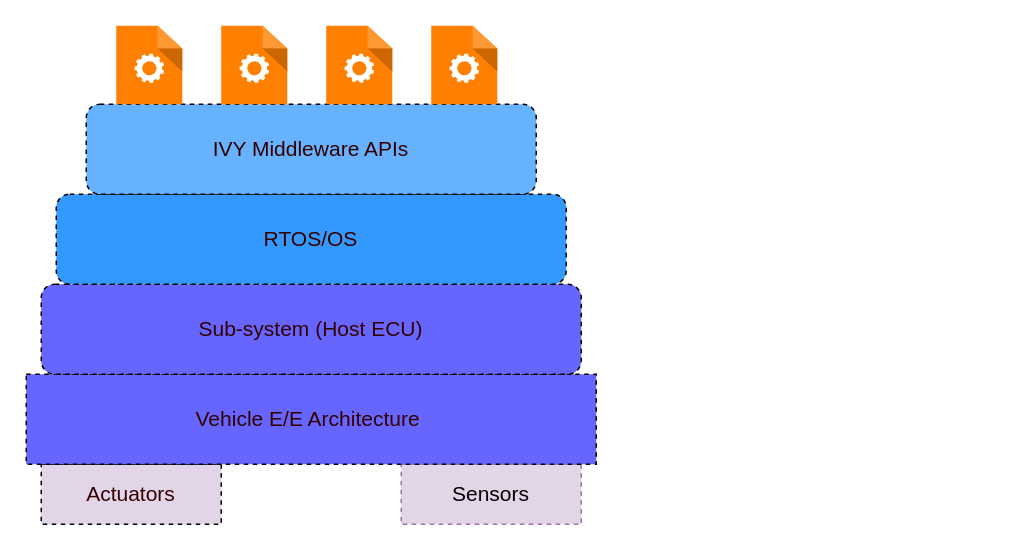
subhachat/CodeKata keeps this draw.io diagram as page "Page-2" (2 of 2) of src/main/resources/CarIQ_IVY_Uase_Cases.drawio. Above is the earlier version. Source tidied: cells renumbered, new cells numbered last; positions are measured from the earlier drawing's top-left corner, leaving out a move shared by most shapes. Both pictures are drawn from the tidied source at 150%, with x=0, y=0 at pixel (26, 26). Pictures stored in the file or linked from it are replaced by grey dashed boxes.
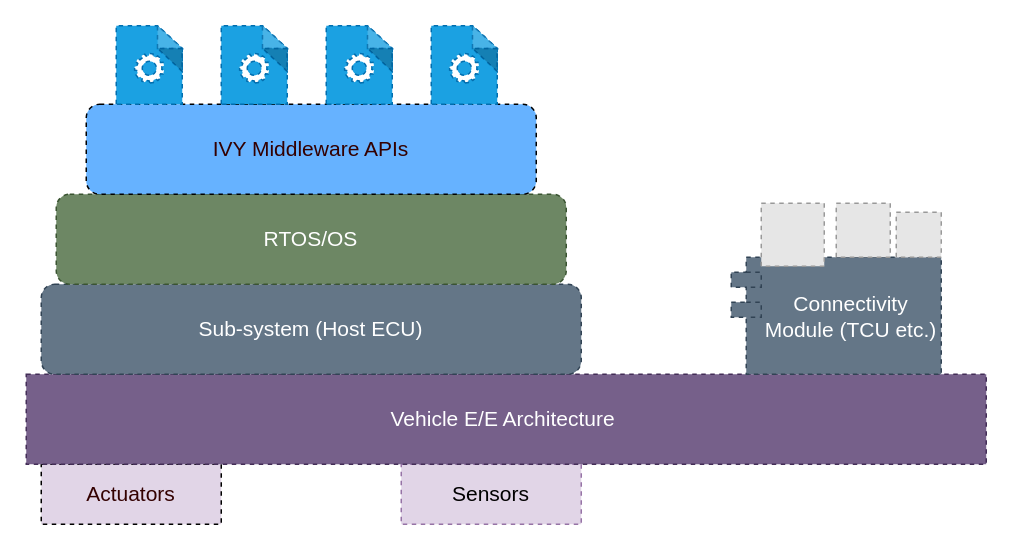
The same diagram, later.

Diff of the diagram source:
```diff
@@
 <mxGraphModel>
   <root>
     <mxCell id="0" />
     <mxCell id="1" parent="0" />
     <mxCell id="2" value="Actuators" style="rounded=0;whiteSpace=wrap;html=1;dashed=1;fontSize=14;fontColor=#330000;fillColor=#E1D5E7;" parent="1" vertex="1">
       <mxGeometry x="10" y="292" width="120" height="40" as="geometry" />
     </mxCell>
     <mxCell id="3" value="Sensors" style="rounded=0;whiteSpace=wrap;html=1;dashed=1;fontSize=14;fillColor=#e1d5e7;strokeColor=#9673a6;" parent="1" vertex="1">
       <mxGeometry x="250" y="292" width="120" height="40" as="geometry" />
     </mxCell>
-    <mxCell id="4" value="Vehicle E/E Architecture&amp;nbsp;" style="rounded=0;whiteSpace=wrap;html=1;dashed=1;fontSize=14;fontColor=#330000;fillColor=#6666FF;" parent="1" vertex="1">
-      <mxGeometry y="232" width="380" height="60" as="geometry" />
+    <mxCell id="4" value="Vehicle E/E Architecture&amp;nbsp;" style="rounded=0;whiteSpace=wrap;html=1;dashed=1;fontSize=14;fontColor=#ffffff;fillColor=#76608a;strokeColor=#432D57;" parent="1" vertex="1">
+      <mxGeometry y="232" width="640" height="60" as="geometry" />
     </mxCell>
-    <mxCell id="5" value="Sub-system (Host ECU)" style="rounded=1;whiteSpace=wrap;html=1;dashed=1;fontSize=14;fontColor=#330000;fillColor=#6666FF;" parent="1" vertex="1">
+    <mxCell id="5" value="Sub-system (Host ECU)" style="rounded=1;whiteSpace=wrap;html=1;dashed=1;fontSize=14;fontColor=#ffffff;fillColor=#647687;strokeColor=#314354;" parent="1" vertex="1">
       <mxGeometry x="10" y="172" width="360" height="60" as="geometry" />
     </mxCell>
-    <mxCell id="6" value="RTOS/OS" style="rounded=1;whiteSpace=wrap;html=1;dashed=1;fontSize=14;fontColor=#330000;fillColor=#3399FF;" parent="1" vertex="1">
+    <mxCell id="6" value="RTOS/OS" style="rounded=1;whiteSpace=wrap;html=1;dashed=1;fontSize=14;fontColor=#ffffff;fillColor=#6d8764;strokeColor=#3A5431;" parent="1" vertex="1">
       <mxGeometry x="20" y="112" width="340" height="60" as="geometry" />
     </mxCell>
     <mxCell id="7" value="IVY Middleware APIs" style="rounded=1;whiteSpace=wrap;html=1;dashed=1;fontSize=14;fontColor=#330000;fillColor=#66B2FF;" parent="1" vertex="1">
       <mxGeometry x="40" y="52" width="300" height="60" as="geometry" />
     </mxCell>
-    <mxCell id="8" style="sketch=0;html=1;strokeColor=none;shadow=0;align=center;verticalAlign=top;fillColor=#FF8000;shape=mxgraph.gcp2.process;dashed=1;fontSize=14;fontColor=#330000;" parent="1" vertex="1">
+    <mxCell id="8" style="sketch=0;html=1;strokeColor=#006EAF;shadow=0;align=center;verticalAlign=top;fillColor=#1ba1e2;shape=mxgraph.gcp2.process;dashed=1;fontSize=14;fontColor=#ffffff;" parent="1" vertex="1">
       <mxGeometry x="60" y="-0.4" width="44" height="52.4" as="geometry" />
     </mxCell>
-    <mxCell id="9" style="sketch=0;html=1;strokeColor=none;shadow=0;align=center;verticalAlign=top;fillColor=#FF8000;shape=mxgraph.gcp2.process;dashed=1;fontSize=14;fontColor=#330000;" parent="1" vertex="1">
+    <mxCell id="9" style="sketch=0;html=1;strokeColor=#006EAF;shadow=0;align=center;verticalAlign=top;fillColor=#1ba1e2;shape=mxgraph.gcp2.process;dashed=1;fontSize=14;fontColor=#ffffff;" parent="1" vertex="1">
       <mxGeometry x="130" y="-0.4" width="44" height="52.4" as="geometry" />
     </mxCell>
-    <mxCell id="10" style="sketch=0;html=1;strokeColor=none;shadow=0;align=center;verticalAlign=top;fillColor=#FF8000;shape=mxgraph.gcp2.process;dashed=1;fontSize=14;fontColor=#330000;" parent="1" vertex="1">
+    <mxCell id="10" style="sketch=0;html=1;strokeColor=#006EAF;shadow=0;align=center;verticalAlign=top;fillColor=#1ba1e2;shape=mxgraph.gcp2.process;dashed=1;fontSize=14;fontColor=#ffffff;" parent="1" vertex="1">
       <mxGeometry x="270" y="-0.4" width="44" height="52.4" as="geometry" />
     </mxCell>
-    <mxCell id="11" style="sketch=0;html=1;strokeColor=none;shadow=0;align=center;verticalAlign=top;fillColor=#FF8000;shape=mxgraph.gcp2.process;dashed=1;fontSize=14;fontColor=#330000;" parent="1" vertex="1">
+    <mxCell id="11" style="sketch=0;html=1;strokeColor=#006EAF;shadow=0;align=center;verticalAlign=top;fillColor=#1ba1e2;shape=mxgraph.gcp2.process;dashed=1;fontSize=14;fontColor=#ffffff;" parent="1" vertex="1">
       <mxGeometry x="200" y="-0.4" width="44" height="52.4" as="geometry" />
     </mxCell>
+    <mxCell id="12" value="Connectivity &#10;Module (TCU etc.)" style="shape=module;align=left;spacingLeft=20;align=center;verticalAlign=middle;dashed=1;fontSize=14;fontColor=#ffffff;fillColor=#647687;strokeColor=#314354;" parent="1" vertex="1">
+      <mxGeometry x="470" y="154" width="140" height="78" as="geometry" />
+    </mxCell>
+    <mxCell id="13" style="fillColor=#E6E6E6;strokeColor=#999999;dashed=1;html=1;verticalAlign=top;verticalLabelPosition=bottom;labelBackgroundColor=#ffffff;fontSize=14;fontColor=#330000;" parent="1" vertex="1">
+      <mxGeometry x="580" y="124" width="30" height="30" as="geometry" />
+    </mxCell>
+    <mxCell id="14" style="fillColor=#E6E6E6;strokeColor=#999999;dashed=1;html=1;verticalAlign=top;verticalLabelPosition=bottom;labelBackgroundColor=#ffffff;fontSize=14;fontColor=#330000;" parent="1" vertex="1">
+      <mxGeometry x="540" y="118" width="36" height="36" as="geometry" />
+    </mxCell>
+    <mxCell id="15" style="fillColor=#E6E6E6;strokeColor=#999999;dashed=1;html=1;verticalAlign=top;verticalLabelPosition=bottom;labelBackgroundColor=#ffffff;fontSize=14;fontColor=#330000;" parent="1" vertex="1">
+      <mxGeometry x="490" y="118" width="42" height="42" as="geometry" />
+    </mxCell>
   </root>
 </mxGraphModel>
```
